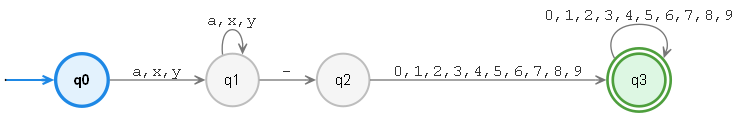
Earlier version of the Graphviz export files/dfa.png (felipenegretevela-ui/implemetaci-n-de-m-todos). Its source is kept beside it as files/dfa.dot.
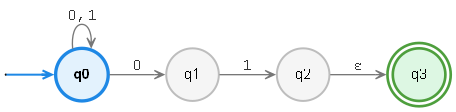
After the commit.

What changed in the source:
```diff
@@ -10,9 +10,8 @@
   "q3" [shape=doublecircle, style=filled, fillcolor="#DDF7E3", color="#4E9F3D", penwidth=2];
 
   qi -> "q0" [color="#1E88E5", penwidth=1.5];
-  "q0" -> "q1" [label="a,x,y"];
-  "q1" -> "q1" [label="a,x,y"];
-  "q1" -> "q2" [label="-"];
-  "q2" -> "q3" [label="0,1,2,3,4,5,6,7,8,9"];
-  "q3" -> "q3" [label="0,1,2,3,4,5,6,7,8,9"];
+  "q0" -> "q1" [label="0"];
+  "q0" -> "q0" [label="0,1"];
+  "q1" -> "q2" [label="1"];
+  "q2" -> "q3" [label="ε"];
 }
```
